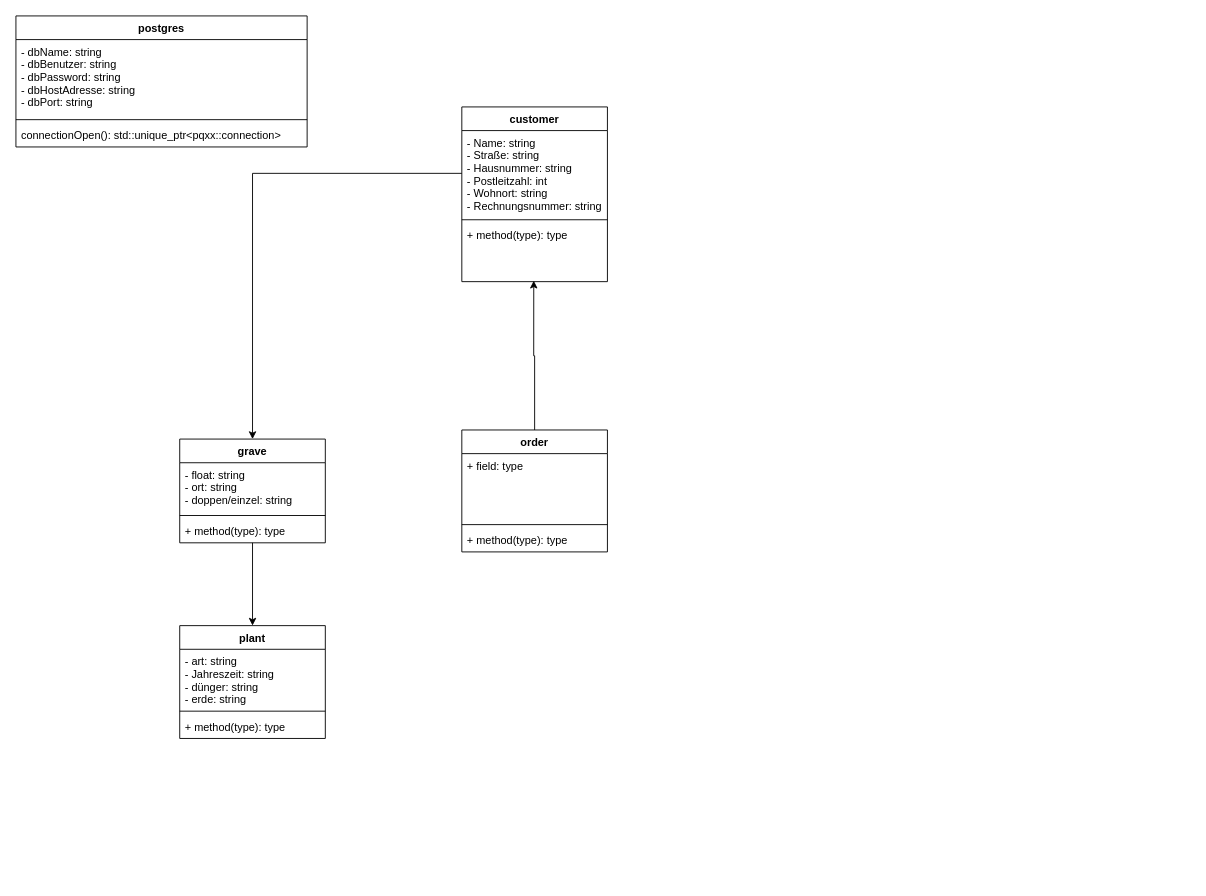
This is uml/Pfauenhof.drawio from JanRipken/PfauenhofFlowers, a draw.io file, before an edit. Source tidied: cells renumbered, new cells numbered last; positions are measured from the earlier drawing's top-left corner, leaving out a move shared by most shapes. Both pictures are drawn from the tidied source at 91%, with x=0, y=0 at pixel (15, 15).
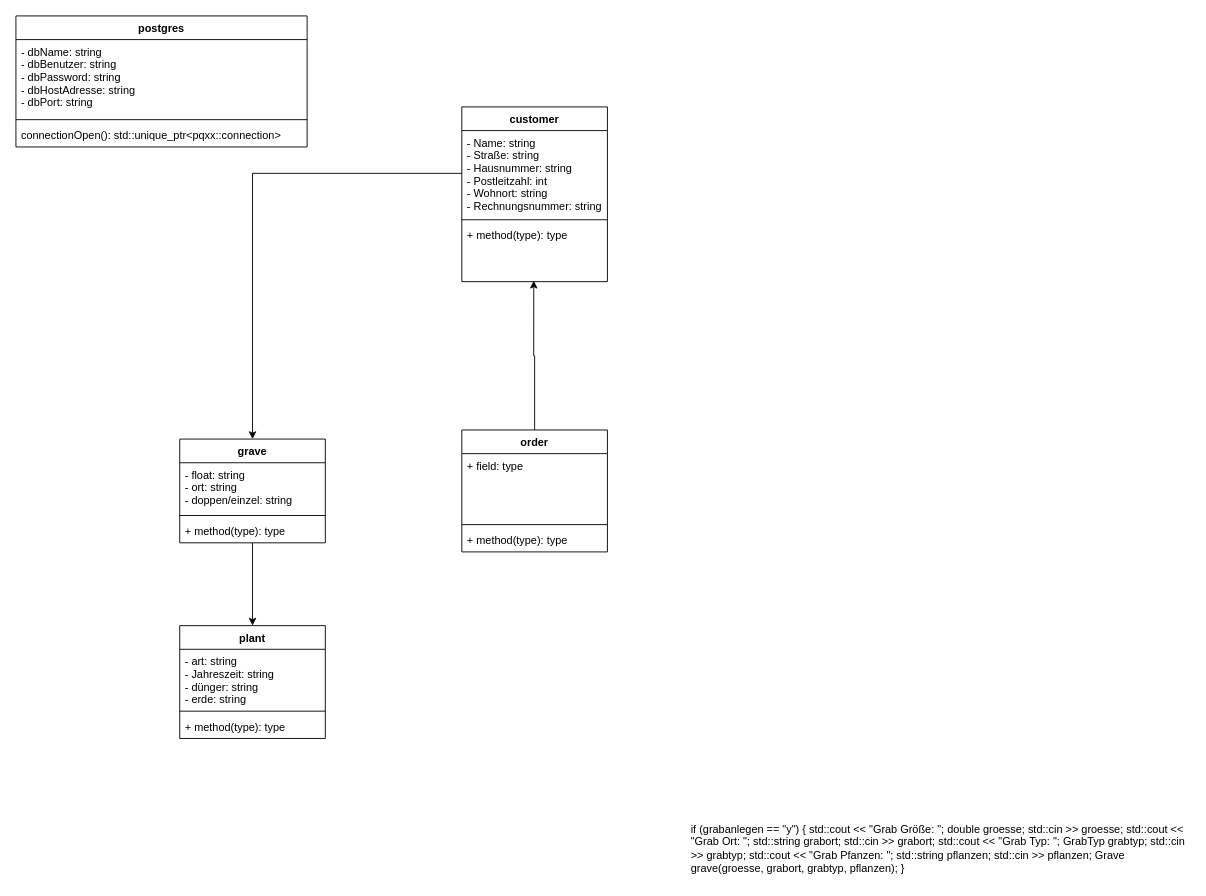
The same page after the edit.

What changed in the source:
```diff
@@
+    <mxCell id="25" value="if (grabanlegen == &quot;y&quot;) {    std::cout &lt;&lt; &quot;Grab Größe: &quot;;    double groesse;    std::cin &gt;&gt; groesse;    std::cout &lt;&lt; &quot;Grab Ort: &quot;;    std::string grabort;    std::cin &gt;&gt; grabort;    std::cout &lt;&lt; &quot;Grab Typ: &quot;;    GrabTyp grabtyp;    std::cin &gt;&gt; grabtyp;    std::cout &lt;&lt; &quot;Grab Pfanzen: &quot;;    std::string pflanzen;    std::cin &gt;&gt; pflanzen;    Grave grave(groesse, grabort, grabtyp, pflanzen);  }" style="text;whiteSpace=wrap;html=1;" parent="1" vertex="1">
+      <mxGeometry x="740" y="880" width="550" height="70" as="geometry" />
+    </mxCell>
```
